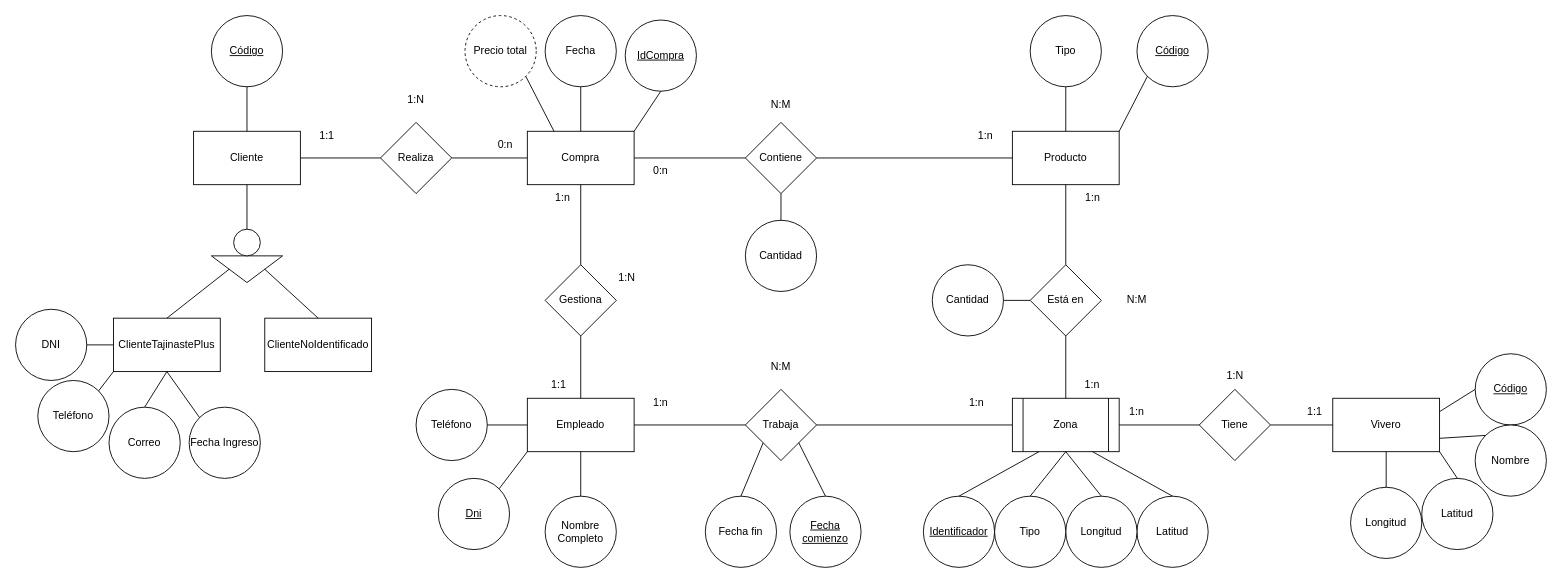
The draw.io diagram Viveros.drawio in MarcialAP/Relacional_Viveros, before the edit. Source tidied: cells renumbered, new cells numbered last; positions are measured from the earlier drawing's top-left corner, leaving out a move shared by most shapes. Both pictures are drawn from the tidied source at 89%, with x=0, y=0 at pixel (15, 15).
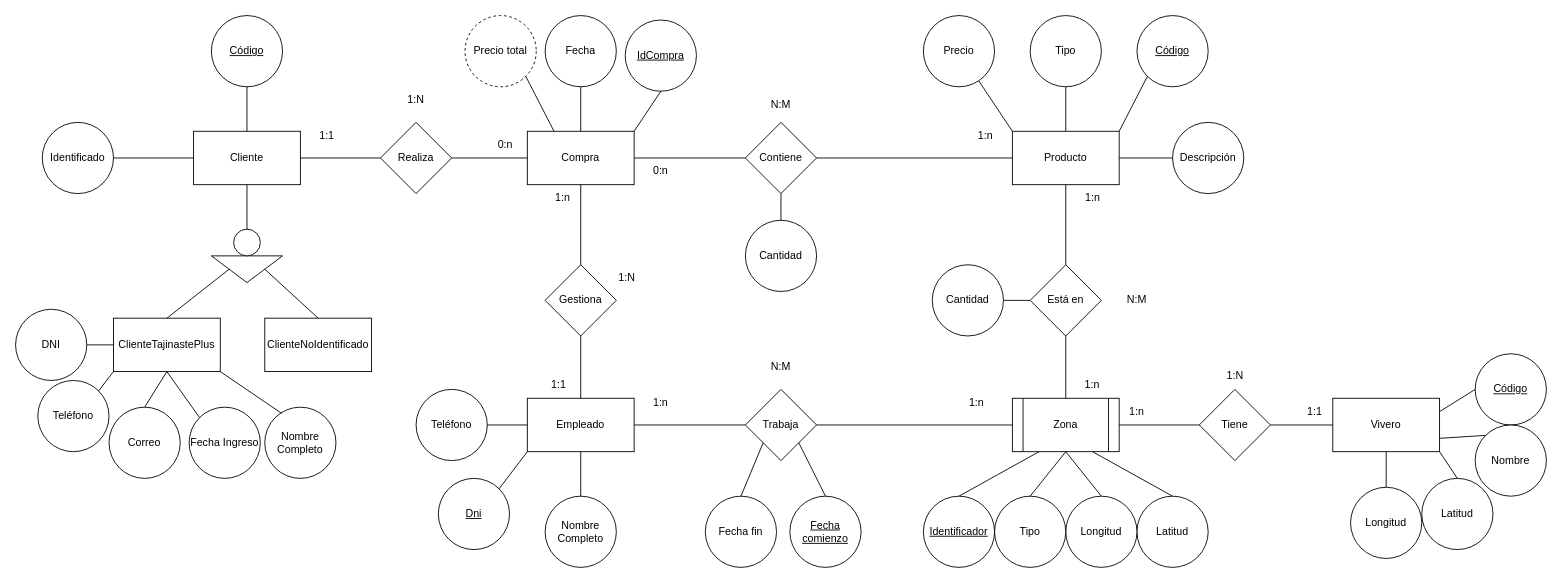
After the change.

The change refers to these unchanged cells:
```xml
<mxCell id="11" value="Producto" style="rounded=0;whiteSpace=wrap;html=1;" parent="1" vertex="1">
  <mxGeometry x="1120" y="130" width="120" height="60" as="geometry" />
</mxCell>
<mxCell id="20" value="Cliente" style="rounded=0;whiteSpace=wrap;html=1;direction=east;" parent="1" vertex="1">
  <mxGeometry x="200" y="130" width="120" height="60" as="geometry" />
</mxCell>
<mxCell id="49" value="ClienteTajinastePlus" style="rounded=0;whiteSpace=wrap;html=1;" parent="1" vertex="1">
  <mxGeometry x="110" y="340" width="120" height="60" as="geometry" />
</mxCell>
```

The edit, as a diff of the source:
```diff
@@
+    <mxCell id="101" value="Nombre&lt;br&gt;Completo" style="ellipse;whiteSpace=wrap;html=1;" parent="1" vertex="1">
+      <mxGeometry x="280" y="440" width="80" height="80" as="geometry" />
+    </mxCell>
+    <mxCell id="102" style="endArrow=none;html=1;rounded=0;entryX=0.238;entryY=0.088;entryDx=0;entryDy=0;exitX=1;exitY=1;exitDx=0;exitDy=0;entryPerimeter=0;" parent="1" edge="1" source="49" target="101">
+      <mxGeometry relative="1" as="geometry" />
+    </mxCell>
+    <mxCell id="103" value="Precio" style="ellipse;whiteSpace=wrap;html=1;" parent="1" vertex="1">
+      <mxGeometry x="1020" width="80" height="80" as="geometry" />
+    </mxCell>
+    <mxCell id="104" style="endArrow=none;html=1;rounded=0;exitX=0;exitY=0;exitDx=0;exitDy=0;" parent="1" edge="1" source="11" target="103">
+      <mxGeometry relative="1" as="geometry" />
+    </mxCell>
+    <mxCell id="105" value="&lt;div&gt;Descripción&lt;/div&gt;" style="ellipse;whiteSpace=wrap;html=1;" parent="1" vertex="1">
+      <mxGeometry x="1300" y="120" width="80" height="80" as="geometry" />
+    </mxCell>
+    <mxCell id="106" style="endArrow=none;html=1;rounded=0;entryX=0;entryY=0.5;entryDx=0;entryDy=0;exitX=1;exitY=0.5;exitDx=0;exitDy=0;" parent="1" edge="1" source="11" target="105">
+      <mxGeometry relative="1" as="geometry" />
+    </mxCell>
+    <mxCell id="107" value="Identificado" style="ellipse;whiteSpace=wrap;html=1;" parent="1" vertex="1">
+      <mxGeometry x="30" y="120" width="80" height="80" as="geometry" />
+    </mxCell>
+    <mxCell id="108" style="endArrow=none;html=1;rounded=0;entryX=0;entryY=0.5;entryDx=0;entryDy=0;exitX=1;exitY=0.5;exitDx=0;exitDy=0;" parent="1" edge="1" source="107" target="20">
+      <mxGeometry relative="1" as="geometry" />
+    </mxCell>
```
